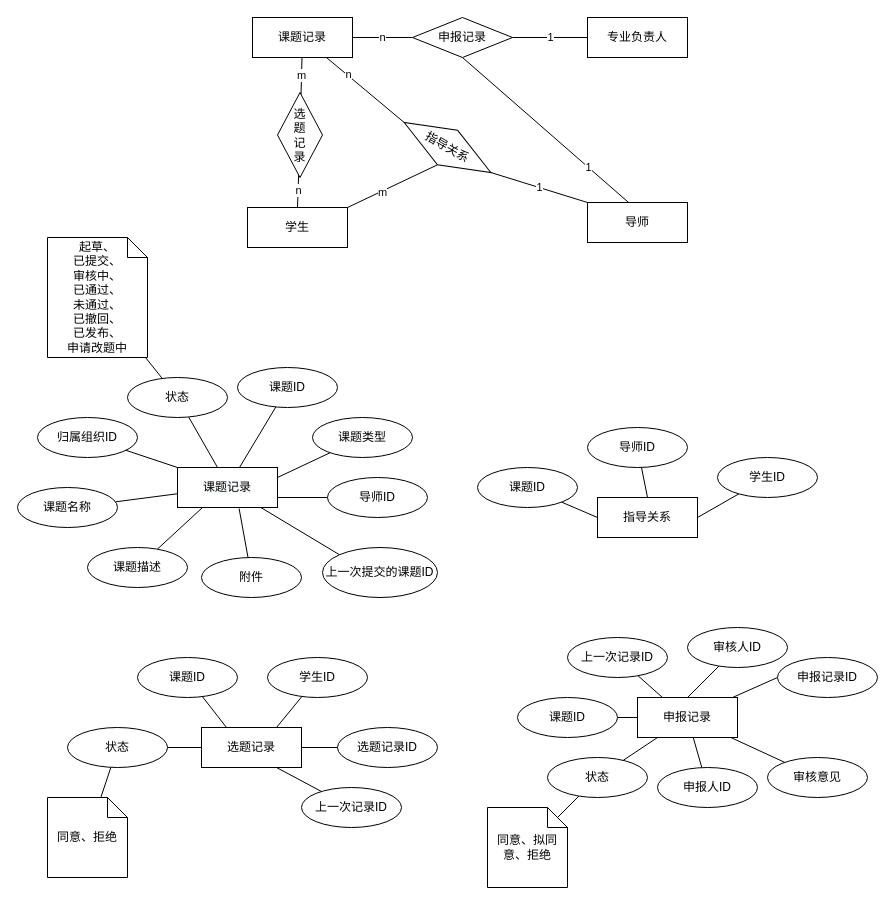
Before: page "课题服务" (3 of 6) of 毕设管理系统/ER模型图.drawio in FdfGithub/drawio, a draw.io diagram. Source tidied: cells renumbered, new cells numbered last; positions are measured from the earlier drawing's top-left corner, leaving out a move shared by most shapes. Both pictures are drawn from the tidied source at 100%, with x=0, y=0 at pixel (17, 17).
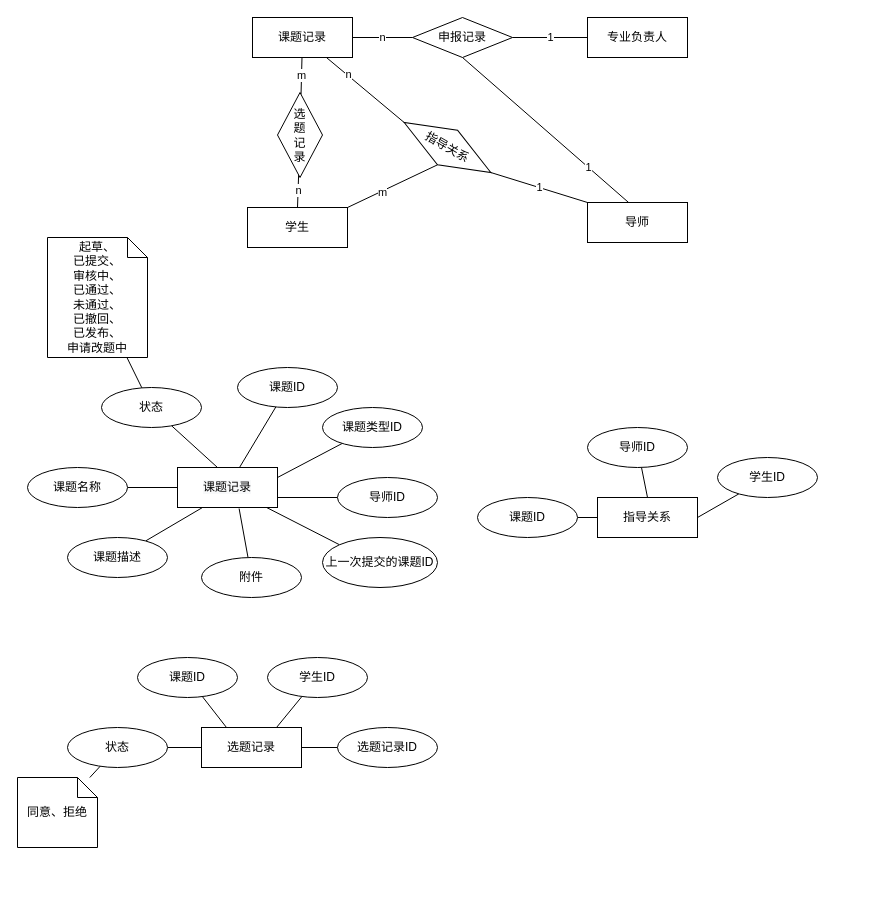
After the change.

Unchanged cells that the change refers to:
```xml
<mxCell id="7" value="&#10;&#10;&lt;span style=&quot;color: rgb(0, 0, 0); font-family: helvetica; font-size: 12px; font-style: normal; font-weight: 400; letter-spacing: normal; text-align: center; text-indent: 0px; text-transform: none; word-spacing: 0px; background-color: rgb(248, 249, 250); display: inline; float: none;&quot;&gt;课题记录&lt;/span&gt;&#10;&#10;" style="whiteSpace=wrap;html=1;align=center;" parent="1" vertex="1">
  <mxGeometry x="160" y="450" width="100" height="40" as="geometry" />
</mxCell>
<mxCell id="16" value="选题记录" style="whiteSpace=wrap;html=1;align=center;" parent="1" vertex="1">
  <mxGeometry x="184" y="710" width="100" height="40" as="geometry" />
</mxCell>
```

Change to the diagram source:
```diff
@@
-    <mxCell id="9" value="课题类型" style="ellipse;whiteSpace=wrap;html=1;align=center;" parent="1" vertex="1">
-      <mxGeometry x="295" y="400" width="100" height="40" as="geometry" />
+    <mxCell id="9" value="课题类型ID" style="ellipse;whiteSpace=wrap;html=1;align=center;" parent="1" vertex="1">
+      <mxGeometry x="305" y="390" width="100" height="40" as="geometry" />
     </mxCell>
-    <mxCell id="10" style="edgeStyle=none;rounded=0;jettySize=auto;html=1;entryX=0;entryY=0;entryDx=0;entryDy=0;endArrow=none;endFill=0;" parent="1" edge="1" source="11" target="7">
-      <mxGeometry relative="1" as="geometry" />
-    </mxCell>
-    <mxCell id="11" value="归属组织ID" style="ellipse;whiteSpace=wrap;html=1;align=center;" parent="1" vertex="1">
-      <mxGeometry x="20" y="400" width="100" height="40" as="geometry" />
-    </mxCell>
@@
     <mxCell id="15" value="状态" style="ellipse;whiteSpace=wrap;html=1;align=center;" parent="1" vertex="1">
-      <mxGeometry x="110" y="360" width="100" height="40" as="geometry" />
+      <mxGeometry x="84" y="370" width="100" height="40" as="geometry" />
     </mxCell>
@@
-    <mxCell id="23" style="edgeStyle=none;rounded=0;jettySize=auto;html=1;entryX=0;entryY=0.5;entryDx=0;entryDy=0;endArrow=none;endFill=0;" parent="1" edge="1" source="26" target="35">
-      <mxGeometry relative="1" as="geometry" />
-    </mxCell>
-    <mxCell id="24" style="edgeStyle=none;rounded=0;jettySize=auto;html=1;endArrow=none;endFill=0;" parent="1" edge="1" source="26" target="69">
-      <mxGeometry relative="1" as="geometry" />
-    </mxCell>
-    <mxCell id="25" style="edgeStyle=none;rounded=0;jettySize=auto;html=1;endArrow=none;endFill=0;" parent="1" edge="1" source="26" target="70">
-      <mxGeometry relative="1" as="geometry" />
-    </mxCell>
-    <mxCell id="26" value="申报记录" style="whiteSpace=wrap;html=1;align=center;" parent="1" vertex="1">
-      <mxGeometry x="620" y="680" width="100" height="40" as="geometry" />
-    </mxCell>
@@
     <mxCell id="28" value="导师ID" style="ellipse;whiteSpace=wrap;html=1;align=center;" parent="1" vertex="1">
-      <mxGeometry x="310" y="460" width="100" height="40" as="geometry" />
+      <mxGeometry x="320" y="460" width="100" height="40" as="geometry" />
     </mxCell>
-    <mxCell id="29" style="edgeStyle=none;rounded=0;jettySize=auto;html=1;entryX=0.5;entryY=0;entryDx=0;entryDy=0;endArrow=none;endFill=0;" parent="1" edge="1" source="30" target="26">
-      <mxGeometry relative="1" as="geometry" />
-    </mxCell>
-    <mxCell id="30" value="审核人ID" style="ellipse;whiteSpace=wrap;html=1;align=center;" parent="1" vertex="1">
-      <mxGeometry x="670" y="610" width="100" height="40" as="geometry" />
-    </mxCell>
@@
-    <mxCell id="33" style="edgeStyle=none;rounded=0;jettySize=auto;html=1;endArrow=none;endFill=0;entryX=0.25;entryY=0;entryDx=0;entryDy=0;" parent="1" edge="1" source="34" target="26">
-      <mxGeometry relative="1" as="geometry" />
-    </mxCell>
-    <mxCell id="34" value="上一次记录ID" style="ellipse;whiteSpace=wrap;html=1;align=center;" parent="1" vertex="1">
-      <mxGeometry x="550" y="620" width="100" height="40" as="geometry" />
-    </mxCell>
-    <mxCell id="35" value="申报记录ID" style="ellipse;whiteSpace=wrap;html=1;align=center;" parent="1" vertex="1">
-      <mxGeometry x="760" y="640" width="100" height="40" as="geometry" />
-    </mxCell>
-    <mxCell id="36" style="edgeStyle=none;rounded=0;jettySize=auto;html=1;entryX=0.75;entryY=1;entryDx=0;entryDy=0;endArrow=none;endFill=0;" parent="1" edge="1" source="37" target="16">
-      <mxGeometry relative="1" as="geometry" />
-    </mxCell>
-    <mxCell id="37" value="上一次记录ID" style="ellipse;whiteSpace=wrap;html=1;align=center;" parent="1" vertex="1">
-      <mxGeometry x="284" y="770" width="100" height="40" as="geometry" />
-    </mxCell>
@@
-    <mxCell id="40" style="edgeStyle=none;rounded=0;jettySize=auto;html=1;entryX=0;entryY=0.5;entryDx=0;entryDy=0;endArrow=none;endFill=0;" parent="1" edge="1" source="41" target="26">
-      <mxGeometry relative="1" as="geometry" />
-    </mxCell>
-    <mxCell id="41" value="课题ID" style="ellipse;whiteSpace=wrap;html=1;align=center;" parent="1" vertex="1">
-      <mxGeometry x="500" y="680" width="100" height="40" as="geometry" />
-    </mxCell>
@@
     <mxCell id="43" value="课题名称" style="ellipse;whiteSpace=wrap;html=1;align=center;" parent="1" vertex="1">
-      <mxGeometry y="470" width="100" height="40" as="geometry" />
+      <mxGeometry x="10" y="450" width="100" height="40" as="geometry" />
     </mxCell>
@@
     <mxCell id="45" value="课题描述" style="ellipse;whiteSpace=wrap;html=1;align=center;" parent="1" vertex="1">
-      <mxGeometry x="70" y="530" width="100" height="40" as="geometry" />
+      <mxGeometry x="50" y="520" width="100" height="40" as="geometry" />
     </mxCell>
-    <mxCell id="46" style="edgeStyle=none;rounded=0;jettySize=auto;html=1;endArrow=none;endFill=0;" parent="1" edge="1" source="47" target="26">
-      <mxGeometry relative="1" as="geometry" />
-    </mxCell>
-    <mxCell id="47" value="状态" style="ellipse;whiteSpace=wrap;html=1;align=center;" parent="1" vertex="1">
-      <mxGeometry x="530" y="740" width="100" height="40" as="geometry" />
-    </mxCell>
@@
     <mxCell id="51" value="课题ID" style="ellipse;whiteSpace=wrap;html=1;align=center;" parent="1" vertex="1">
-      <mxGeometry x="460" y="450" width="100" height="40" as="geometry" />
+      <mxGeometry x="460" y="480" width="100" height="40" as="geometry" />
     </mxCell>
@@
-    <mxCell id="63" style="edgeStyle=none;rounded=0;jettySize=auto;html=1;endArrow=none;endFill=0;" parent="1" edge="1" target="47">
-      <mxGeometry relative="1" as="geometry">
-        <mxPoint x="540" y="800" as="sourcePoint" />
-      </mxGeometry>
-    </mxCell>
-    <mxCell id="64" value="同意、拟同意、拒绝" style="shape=note;size=20;whiteSpace=wrap;html=1;" parent="1" vertex="1">
-      <mxGeometry x="470" y="790" width="80" height="80" as="geometry" />
-    </mxCell>
@@
     <mxCell id="66" value="同意、拒绝" style="shape=note;size=20;whiteSpace=wrap;html=1;" parent="1" vertex="1">
-      <mxGeometry x="30" y="780" width="80" height="80" as="geometry" />
+      <mxGeometry y="760" width="80" height="70" as="geometry" />
     </mxCell>
@@
-    <mxCell id="69" value="审核意见" style="ellipse;whiteSpace=wrap;html=1;align=center;" parent="1" vertex="1">
-      <mxGeometry x="750" y="740" width="100" height="40" as="geometry" />
-    </mxCell>
-    <mxCell id="70" value="申报人ID" style="ellipse;whiteSpace=wrap;html=1;align=center;" parent="1" vertex="1">
-      <mxGeometry x="640" y="750" width="100" height="40" as="geometry" />
-    </mxCell>
@@
     <mxCell id="77" value="上一次提交的课题ID" style="ellipse;whiteSpace=wrap;html=1;align=center;" parent="1" vertex="1">
-      <mxGeometry x="305" y="530" width="115" height="50" as="geometry" />
+      <mxGeometry x="305" y="520" width="115" height="50" as="geometry" />
     </mxCell>
```
